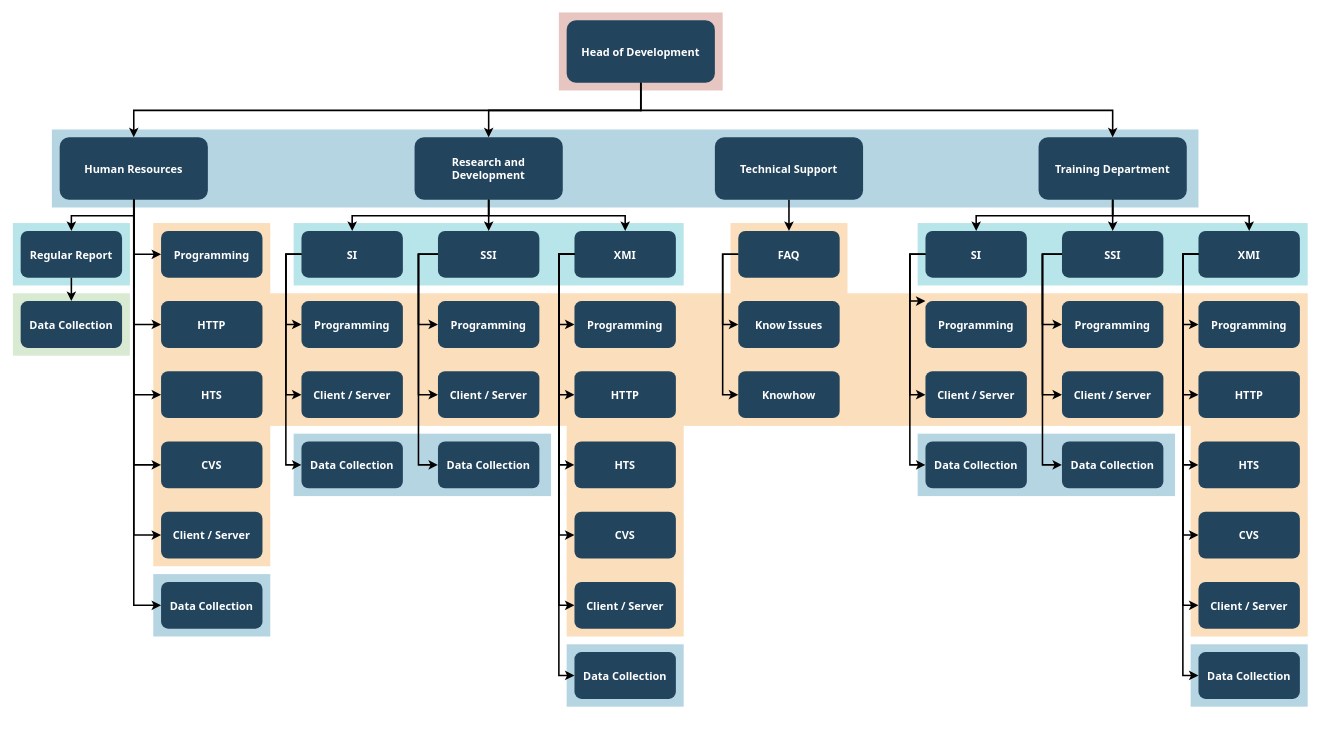
Above: 제목 없는 다이어그램.drawio in gudwns4825/bbbbb (draw.io), before the change. Source tidied: cells renumbered, new cells numbered last; positions are measured from the earlier drawing's top-left corner, leaving out a move shared by most shapes. Both pictures are drawn from the tidied source at 78%, with x=0, y=0 at pixel (12, 12).
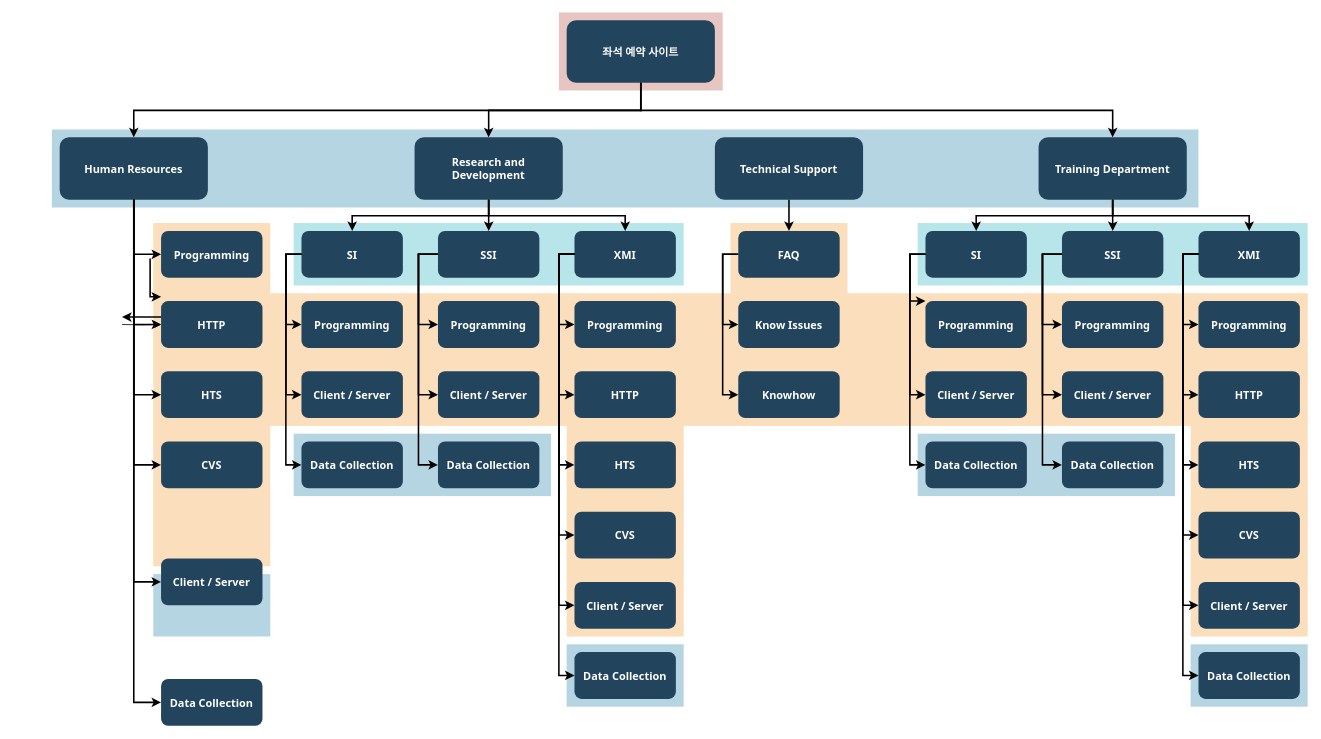
The same diagram, later.

Commit message:
제목 없는 다이어그램.drawio 업데이트

The change refers to these unchanged cells:
```xml
<mxCell id="7" style="fillColor=#F2931E;strokeColor=none;opacity=30;" parent="1" vertex="1">
  <mxGeometry x="180" y="269.5" width="150" height="440" as="geometry" />
</mxCell>
<mxCell id="23" value="Human Resources" style="rounded=1;fillColor=#23445D;gradientColor=none;strokeColor=none;fontColor=#FFFFFF;fontStyle=1;fontFamily=Tahoma;fontSize=14;" parent="1" vertex="1">
  <mxGeometry x="60" y="159.5" width="190" height="80" as="geometry" />
</mxCell>
<mxCell id="27" value="HTTP" style="rounded=1;fillColor=#23445D;gradientColor=none;strokeColor=none;fontColor=#FFFFFF;fontStyle=1;fontFamily=Tahoma;fontSize=14;" parent="1" vertex="1">
  <mxGeometry x="190" y="369.5" width="130" height="60" as="geometry" />
</mxCell>
```

What changed in the source:
```diff
@@
-    <mxCell id="14" style="fillColor=#D9EAD3;strokeColor=none;" parent="1" vertex="1">
-      <mxGeometry y="359.5" width="150" height="80" as="geometry" />
-    </mxCell>
@@
-    <mxCell id="17" style="fillColor=#12AAB5;strokeColor=none;opacity=30;" parent="1" vertex="1">
-      <mxGeometry y="269.5" width="150" height="80" as="geometry" />
-    </mxCell>
-    <mxCell id="18" value="Head of Development" style="rounded=1;fillColor=#23445D;gradientColor=none;strokeColor=none;fontColor=#FFFFFF;fontStyle=1;fontFamily=Tahoma;fontSize=14;" parent="1" vertex="1">
+    <mxCell id="18" value="좌석 예약 사이트" style="rounded=1;fillColor=#23445D;gradientColor=none;strokeColor=none;fontColor=#FFFFFF;fontStyle=1;fontFamily=Tahoma;fontSize=14;" parent="1" vertex="1">
       <mxGeometry x="710" y="9.5" width="190" height="80" as="geometry" />
     </mxCell>
@@
-    <mxCell id="24" value="Regular Report" style="rounded=1;fillColor=#23445D;gradientColor=none;strokeColor=none;fontColor=#FFFFFF;fontStyle=1;fontFamily=Tahoma;fontSize=14;" parent="1" vertex="1">
-      <mxGeometry x="10" y="279.5" width="130" height="60" as="geometry" />
-    </mxCell>
-    <mxCell id="25" value="Data Collection" style="rounded=1;fillColor=#23445D;gradientColor=none;strokeColor=none;fontColor=#FFFFFF;fontStyle=1;fontFamily=Tahoma;fontSize=14;" parent="1" vertex="1">
-      <mxGeometry x="10" y="369.5" width="130" height="60" as="geometry" />
-    </mxCell>
+    <mxCell id="108" style="edgeStyle=orthogonalEdgeStyle;rounded=0;jettySize=auto;html=1;" parent="1" edge="1" target="27">
+      <mxGeometry relative="1" as="geometry">
+        <mxPoint x="140" y="399.5" as="sourcePoint" />
+      </mxGeometry>
+    </mxCell>
@@
     <mxCell id="30" value="Client / Server" style="rounded=1;fillColor=#23445D;gradientColor=none;strokeColor=none;fontColor=#FFFFFF;fontStyle=1;fontFamily=Tahoma;fontSize=14;" parent="1" vertex="1">
-      <mxGeometry x="190" y="639.5" width="130" height="60" as="geometry" />
+      <mxGeometry x="190" y="699.5" width="130" height="60" as="geometry" />
     </mxCell>
     <mxCell id="31" value="Data Collection" style="rounded=1;fillColor=#23445D;gradientColor=none;strokeColor=none;fontColor=#FFFFFF;fontStyle=1;fontFamily=Tahoma;fontSize=14;" parent="1" vertex="1">
-      <mxGeometry x="190" y="729.5" width="130" height="60" as="geometry" />
+      <mxGeometry x="190" y="854" width="130" height="60" as="geometry" />
     </mxCell>
@@
-    <mxCell id="67" style="edgeStyle=elbowEdgeStyle;elbow=vertical;strokeWidth=2;rounded=0;" parent="1" edge="1" source="23" target="24">
-      <mxGeometry x="-23" y="135.5" as="geometry" />
+    <mxCell id="67" style="edgeStyle=elbowEdgeStyle;elbow=vertical;strokeWidth=2;rounded=0;exitX=-0.027;exitY=0.103;exitDx=0;exitDy=0;exitPerimeter=0;" parent="1" edge="1" source="7">
+      <mxGeometry x="-23" y="135.5" as="geometry">
+        <mxPoint x="190" y="364" as="targetPoint" />
+        <Array as="points">
+          <mxPoint x="176" y="364" />
+          <mxPoint x="193" y="414" />
+          <mxPoint x="233" y="364" />
+        </Array>
+      </mxGeometry>
     </mxCell>
@@
-    <mxCell id="107" style="edgeStyle=elbowEdgeStyle;elbow=vertical;rounded=0;strokeWidth=2;" parent="1" edge="1" source="24" target="25">
-      <mxGeometry x="-23" y="135.5" as="geometry" />
+    <mxCell id="107" style="edgeStyle=elbowEdgeStyle;elbow=vertical;rounded=0;strokeWidth=2;" parent="1" edge="1">
+      <mxGeometry x="-23" y="135.5" as="geometry">
+        <mxPoint x="190" y="390" as="sourcePoint" />
+        <mxPoint x="140" y="390" as="targetPoint" />
+      </mxGeometry>
     </mxCell>
```
